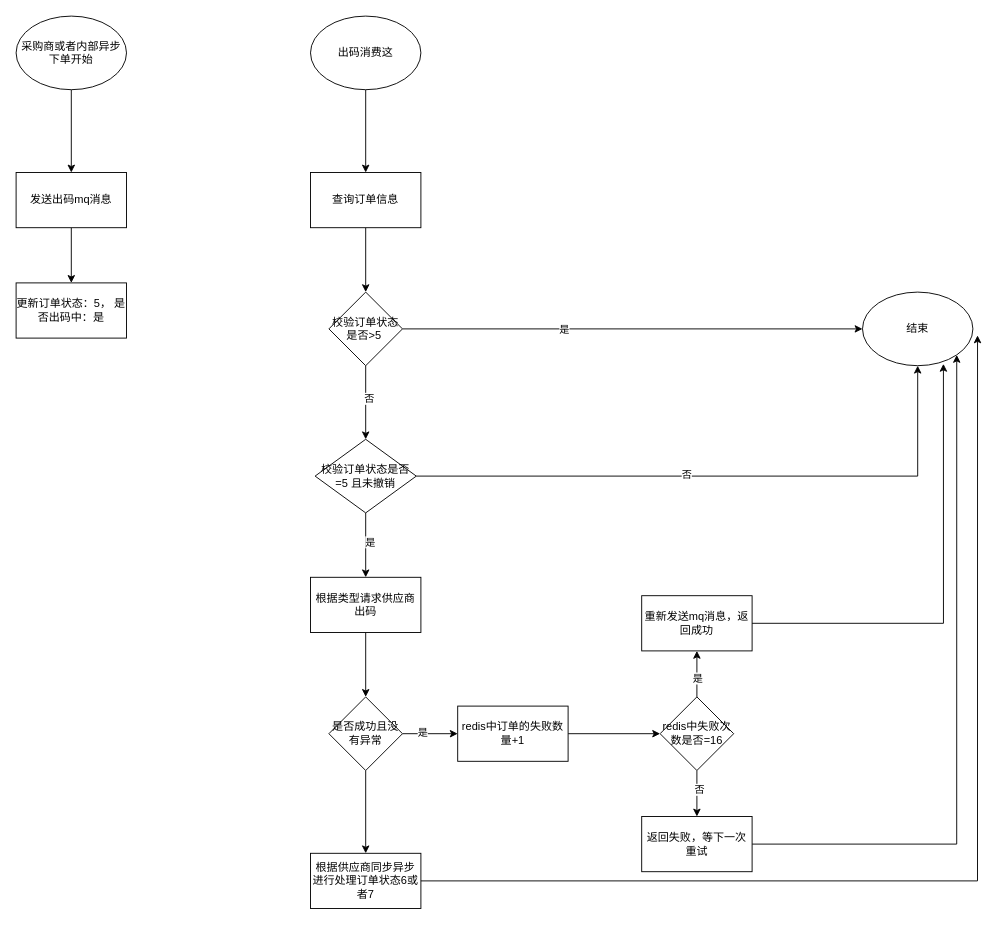
The draw.io diagram 制码线程.drawio in Anseong/myDocument, before the edit. Source tidied: cells renumbered, new cells numbered last; positions are measured from the earlier drawing's top-left corner, leaving out a move shared by most shapes. Both pictures are drawn from the tidied source at 92%, with x=0, y=0 at pixel (16, 16).
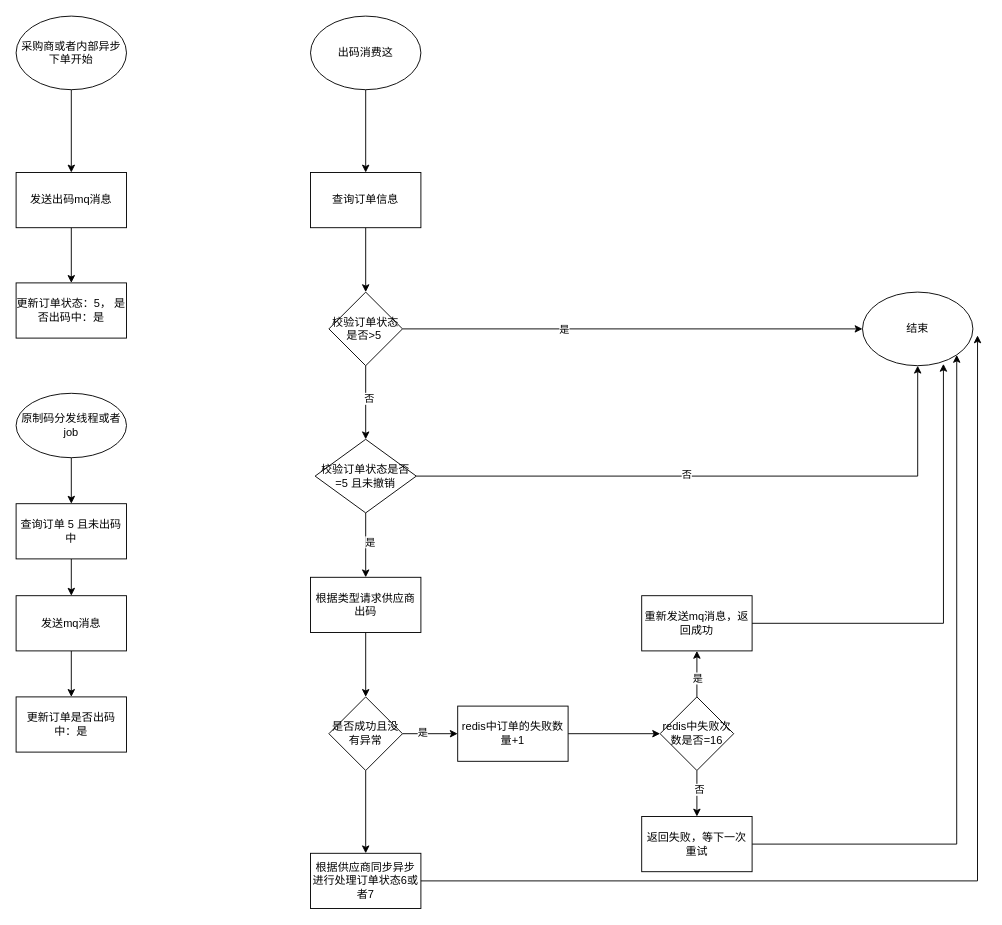
The same diagram, later.

Commit message (it also covers changes not shown here):
更新制码线程.drawio

The edit, as a diff of the source:
```diff
@@
+    <mxCell id="41" style="edgeStyle=orthogonalEdgeStyle;rounded=0;jettySize=auto;html=1;" parent="1" edge="1" source="42" target="44">
+      <mxGeometry relative="1" as="geometry" />
+    </mxCell>
+    <mxCell id="42" value="原制码分发线程或者job" style="ellipse;whiteSpace=wrap;html=1;" parent="1" vertex="1">
+      <mxGeometry y="410" width="120" height="70" as="geometry" />
+    </mxCell>
+    <mxCell id="43" style="edgeStyle=orthogonalEdgeStyle;rounded=0;jettySize=auto;html=1;" parent="1" edge="1" source="44" target="46">
+      <mxGeometry relative="1" as="geometry" />
+    </mxCell>
+    <mxCell id="44" value="查询订单 5 且未出码中" style="whiteSpace=wrap;html=1;" parent="1" vertex="1">
+      <mxGeometry y="530" width="120" height="60" as="geometry" />
+    </mxCell>
+    <mxCell id="45" style="edgeStyle=orthogonalEdgeStyle;rounded=0;jettySize=auto;html=1;" parent="1" edge="1" source="46" target="47">
+      <mxGeometry relative="1" as="geometry" />
+    </mxCell>
+    <mxCell id="46" value="发送mq消息" style="whiteSpace=wrap;html=1;" parent="1" vertex="1">
+      <mxGeometry y="630" width="120" height="60" as="geometry" />
+    </mxCell>
+    <mxCell id="47" value="更新订单是否出码中：是" style="whiteSpace=wrap;html=1;" parent="1" vertex="1">
+      <mxGeometry y="740" width="120" height="60" as="geometry" />
+    </mxCell>
```
